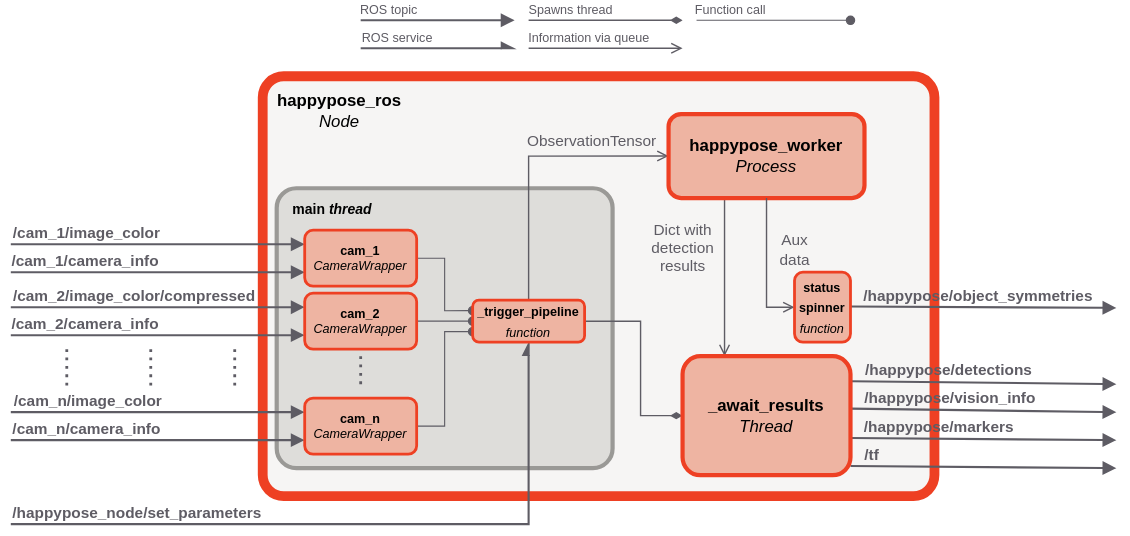
This is resources/happypose_ros_diagram.drawio.svg from agimus-project/happypose_ros, a draw.io export, as it was before one commit. Source tidied: cells renumbered, new cells last; positions are measured from the earlier drawing's top-left corner, leaving out a move shared by most shapes.
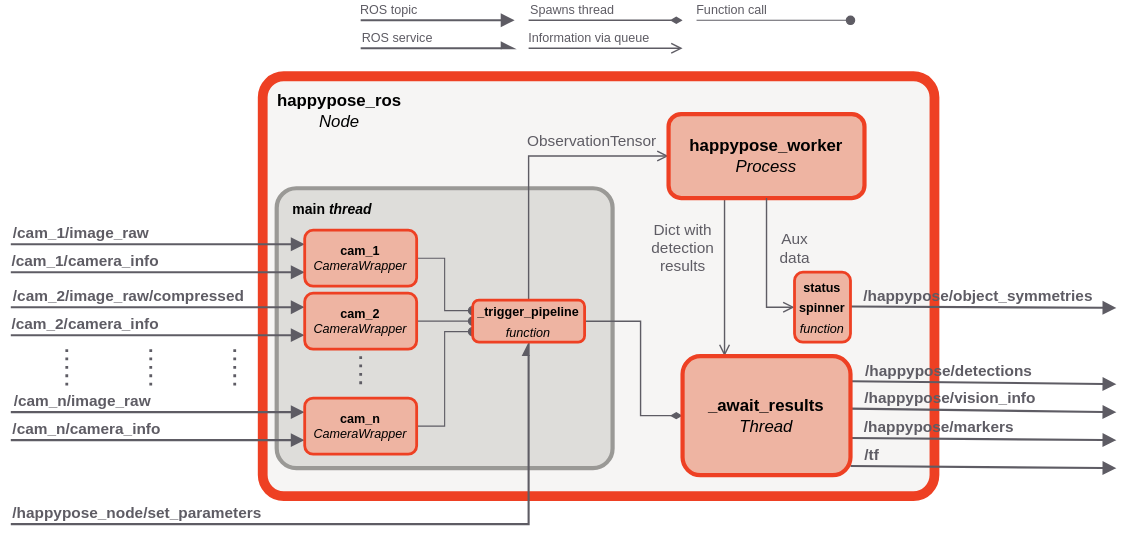
The same diagram one commit later.

Commit message:
Use image_raw instead of image_color (#10)

Diff of the diagram source:
```diff
@@ -57,9 +57,9 @@
         <mxPoint y="160" as="sourcePoint" />
       </mxGeometry>
     </mxCell>
-    <mxCell id="13" value="&lt;div&gt;/cam_1/image_color&lt;/div&gt;" style="edgeLabel;html=1;align=center;verticalAlign=middle;fontColor=#5e5c64;labelBackgroundColor=none;fontStyle=1;" parent="12" vertex="1">
+    <mxCell id="13" value="&lt;div&gt;/cam_1/image_raw&lt;/div&gt;" style="edgeLabel;html=1;align=center;verticalAlign=middle;fontColor=#5e5c64;labelBackgroundColor=none;fontStyle=1;" parent="12" vertex="1">
       <mxGeometry x="-0.82" relative="1" as="geometry">
-        <mxPoint x="34" y="-8" as="offset" />
+        <mxPoint x="30" y="-8" as="offset" />
       </mxGeometry>
     </mxCell>
     <mxCell id="14" style="endArrow=block;html=1;rounded=0;endFill=1;entryX=0;entryY=0.75;entryDx=0;entryDy=0;strokeWidth=1.5;strokeColor=#5e5c64;" parent="1" edge="1" target="21">
@@ -104,9 +104,9 @@
         <mxPoint y="205" as="sourcePoint" />
       </mxGeometry>
     </mxCell>
-    <mxCell id="23" value="&lt;div&gt;/cam_2/image_color/compressed&lt;/div&gt;" style="edgeLabel;html=1;align=center;verticalAlign=middle;fontColor=#5e5c64;labelBackgroundColor=none;fontStyle=1;" parent="22" vertex="1">
+    <mxCell id="23" value="&lt;div&gt;/cam_2/image_raw/compressed&lt;/div&gt;" style="edgeLabel;html=1;align=center;verticalAlign=middle;fontColor=#5e5c64;labelBackgroundColor=none;fontStyle=1;" parent="22" vertex="1">
       <mxGeometry x="-0.82" relative="1" as="geometry">
-        <mxPoint x="68" y="-8" as="offset" />
+        <mxPoint x="64" y="-8" as="offset" />
       </mxGeometry>
     </mxCell>
     <mxCell id="24" style="endArrow=block;html=1;rounded=0;endFill=1;entryX=0;entryY=0.75;entryDx=0;entryDy=0;strokeWidth=1.5;strokeColor=#5e5c64;" parent="1" edge="1" target="27">
@@ -130,9 +130,9 @@
         <mxPoint y="280" as="sourcePoint" />
       </mxGeometry>
     </mxCell>
-    <mxCell id="29" value="&lt;div&gt;/cam_n/image_color&lt;/div&gt;" style="edgeLabel;html=1;align=center;verticalAlign=middle;fontColor=#5e5c64;labelBackgroundColor=none;fontStyle=1;" parent="28" vertex="1">
+    <mxCell id="29" value="&lt;div&gt;/cam_n/image_raw&lt;/div&gt;" style="edgeLabel;html=1;align=center;verticalAlign=middle;fontColor=#5e5c64;labelBackgroundColor=none;fontStyle=1;" parent="28" vertex="1">
       <mxGeometry x="-0.82" relative="1" as="geometry">
-        <mxPoint x="35" y="-8" as="offset" />
+        <mxPoint x="31" y="-8" as="offset" />
       </mxGeometry>
     </mxCell>
     <mxCell id="30" style="endArrow=block;html=1;rounded=0;endFill=1;entryX=0;entryY=0.75;entryDx=0;entryDy=0;strokeWidth=1.5;strokeColor=#5e5c64;" parent="1" edge="1" target="33">
```
